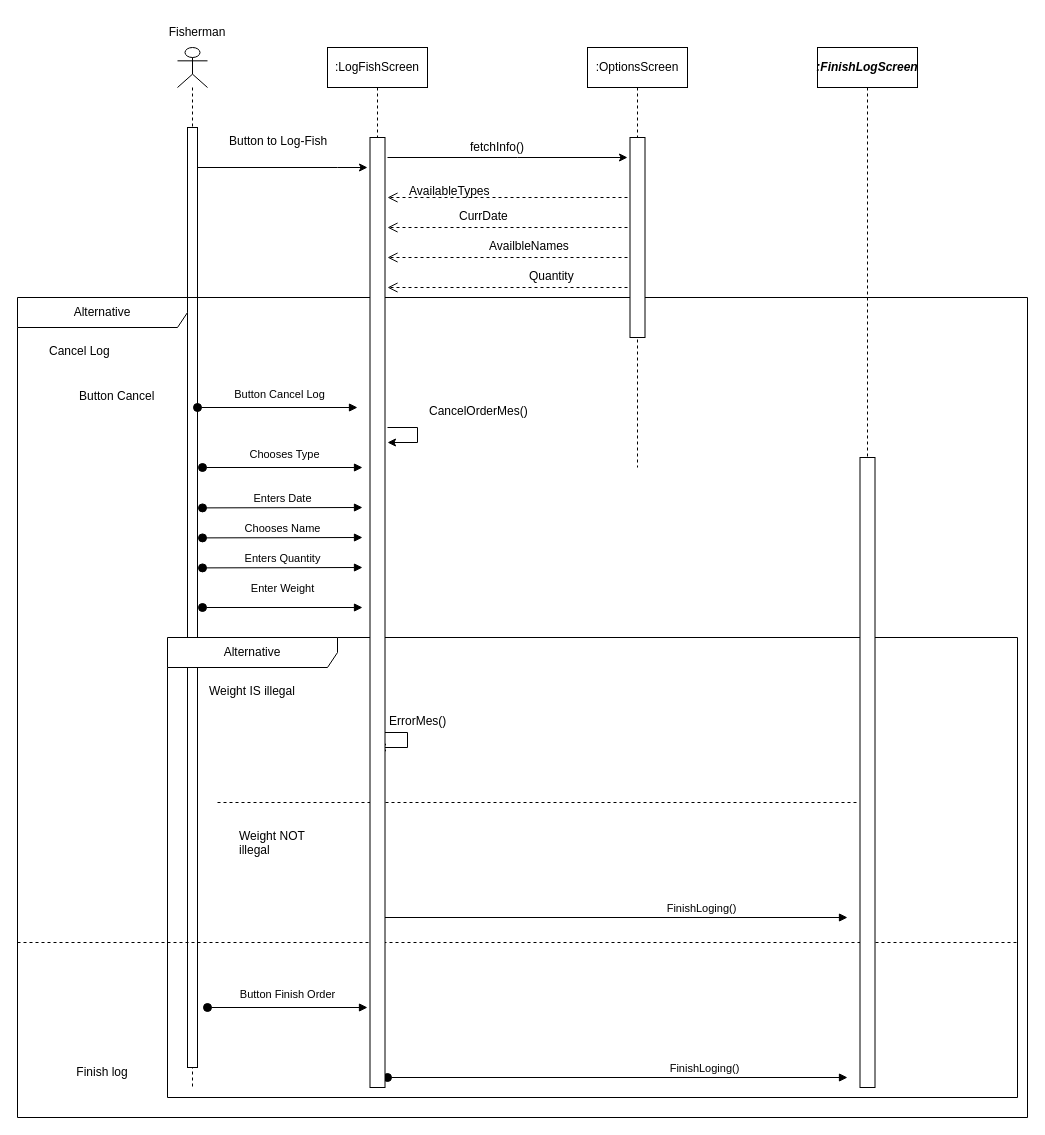
The draw.io diagram Delivarable3/SequenceDiagram/Sequence_diag.drawio in TMCEID/SoftEngFishApp, before the edit. Source tidied: cells renumbered, new cells numbered last; positions are measured from the earlier drawing's top-left corner, leaving out a move shared by most shapes. Both pictures are drawn from the tidied source at 100%, with x=0, y=0 at pixel (17, 17).
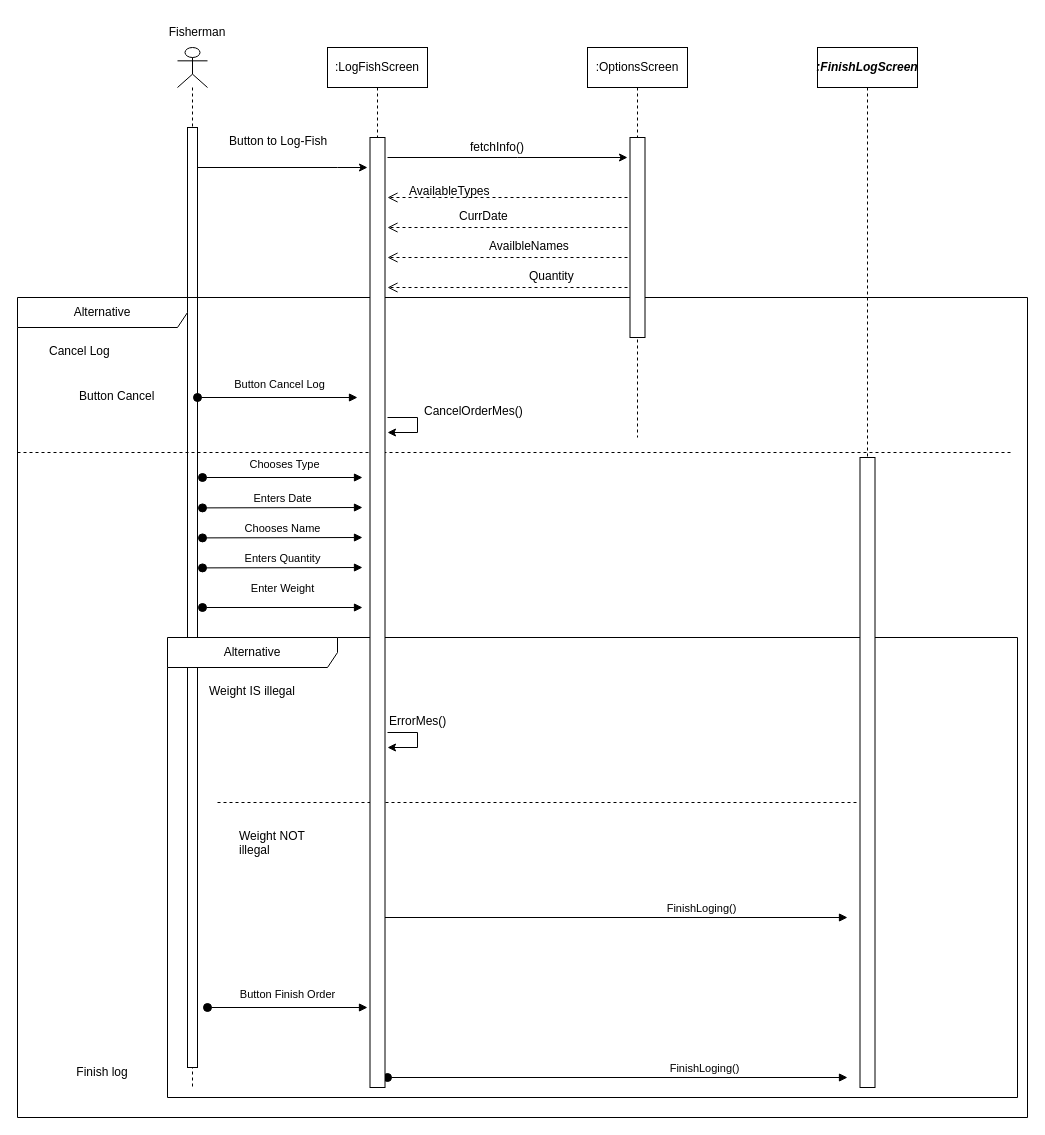
The same diagram, later.

Commit message:
Kostas: Log Fish Done.

The change refers to these unchanged cells:
```xml
<mxCell id="22" value="Alternative" style="shape=umlFrame;whiteSpace=wrap;html=1;width=170;" parent="1" vertex="1">
  <mxGeometry y="280" width="1010" height="820" as="geometry" />
</mxCell>
<mxCell id="28" value="Alternative" style="shape=umlFrame;whiteSpace=wrap;html=1;width=170;" parent="22" vertex="1">
  <mxGeometry x="150" y="340" width="850" height="460" as="geometry" />
</mxCell>
```

What changed in the source:
```diff
@@
-    <mxCell id="17" value="Chooses Type" style="html=1;verticalAlign=bottom;startArrow=oval;startFill=1;endArrow=block;startSize=8;curved=0;rounded=0;" parent="1" edge="1">
-      <mxGeometry x="0.03" y="4" relative="1" as="geometry">
-        <mxPoint x="185" y="450" as="sourcePoint" />
-        <mxPoint x="345" y="450" as="targetPoint" />
-      </mxGeometry>
-    </mxCell>
@@
     <mxCell id="26" value="CancelOrderMes()" style="text;whiteSpace=wrap;html=1;" parent="22" vertex="1">
-      <mxGeometry x="410" y="100" width="90" height="20" as="geometry" />
+      <mxGeometry x="405" y="100" width="90" height="20" as="geometry" />
     </mxCell>
@@
     <mxCell id="33" style="edgeStyle=orthogonalEdgeStyle;rounded=0;orthogonalLoop=1;jettySize=auto;html=1;curved=0;" parent="28" edge="1">
       <mxGeometry relative="1" as="geometry">
-        <mxPoint x="210" y="95" as="sourcePoint" />
-        <mxPoint x="210" y="110" as="targetPoint" />
+        <mxPoint x="220" y="95" as="sourcePoint" />
+        <mxPoint x="220" y="110" as="targetPoint" />
         <Array as="points">
-          <mxPoint x="240" y="95" />
-          <mxPoint x="240" y="110" />
+          <mxPoint x="250" y="95" />
+          <mxPoint x="250" y="110" />
         </Array>
       </mxGeometry>
     </mxCell>
-    <mxCell id="34" style="line;strokeWidth=1;dashed=1;labelPosition=center;verticalLabelPosition=bottom;align=left;verticalAlign=top;spacingLeft=20;spacingTop=15;html=1;whiteSpace=wrap;" parent="28" vertex="1">
-      <mxGeometry x="-150" y="300" width="1000" height="10" as="geometry" />
-    </mxCell>
@@
     <mxCell id="36" style="edgeStyle=orthogonalEdgeStyle;rounded=0;orthogonalLoop=1;jettySize=auto;html=1;curved=0;" parent="22" edge="1">
       <mxGeometry relative="1" as="geometry">
-        <mxPoint x="370" y="130" as="sourcePoint" />
-        <mxPoint x="370" y="145" as="targetPoint" />
+        <mxPoint x="370" y="120" as="sourcePoint" />
+        <mxPoint x="370" y="135" as="targetPoint" />
         <Array as="points">
-          <mxPoint x="400" y="130" />
-          <mxPoint x="400" y="145" />
+          <mxPoint x="400" y="120" />
+          <mxPoint x="400" y="135" />
         </Array>
       </mxGeometry>
     </mxCell>
     <mxCell id="37" value="Button Cancel Log" style="html=1;verticalAlign=bottom;startArrow=oval;startFill=1;endArrow=block;startSize=8;curved=0;rounded=0;" parent="22" edge="1">
       <mxGeometry x="0.03" y="4" relative="1" as="geometry">
-        <mxPoint x="180" y="110" as="sourcePoint" />
-        <mxPoint x="340" y="110" as="targetPoint" />
+        <mxPoint x="180" y="100" as="sourcePoint" />
+        <mxPoint x="340" y="100" as="targetPoint" />
       </mxGeometry>
     </mxCell>
+    <mxCell id="34" style="line;strokeWidth=1;dashed=1;labelPosition=center;verticalLabelPosition=bottom;align=left;verticalAlign=top;spacingLeft=20;spacingTop=15;html=1;whiteSpace=wrap;" parent="22" vertex="1">
+      <mxGeometry y="150" width="995" height="10" as="geometry" />
+    </mxCell>
+    <mxCell id="17" value="Chooses Type" style="html=1;verticalAlign=bottom;startArrow=oval;startFill=1;endArrow=block;startSize=8;curved=0;rounded=0;" parent="22" edge="1">
+      <mxGeometry x="0.03" y="4" relative="1" as="geometry">
+        <mxPoint x="185" y="180" as="sourcePoint" />
+        <mxPoint x="345" y="180" as="targetPoint" />
+      </mxGeometry>
+    </mxCell>
@@
     <mxCell id="40" value=":OptionsScreen" style="shape=umlLifeline;perimeter=lifelinePerimeter;whiteSpace=wrap;html=1;newEdgeStyle={&quot;curved&quot;:0,&quot;rounded&quot;:0};" parent="1" vertex="1">
-      <mxGeometry x="570" y="30" width="100" height="420" as="geometry" />
+      <mxGeometry x="570" y="30" width="100" height="390" as="geometry" />
     </mxCell>
```
